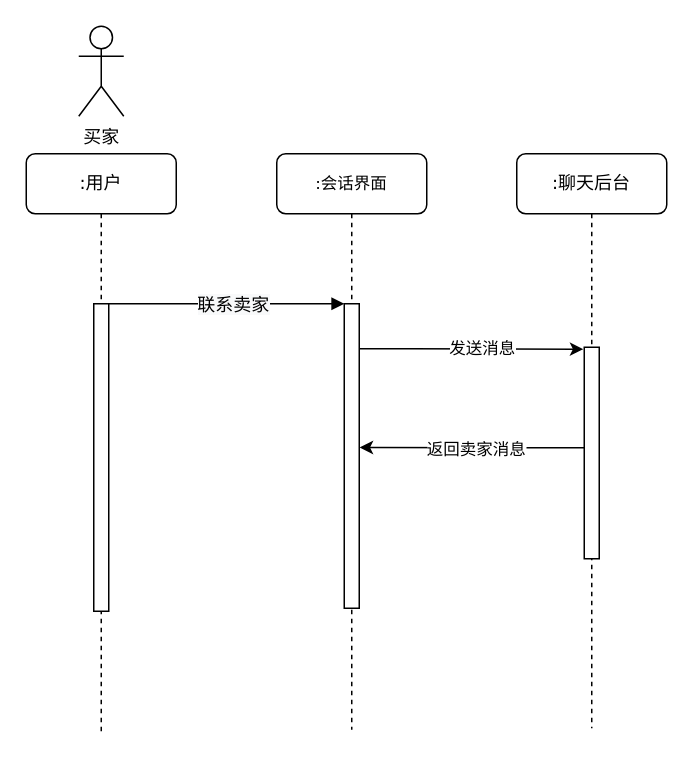
200928/image keeps this draw.io diagram as 联系卖家顺序图.drawio. Above is the earlier version. Source tidied: cells renumbered, new cells numbered last; positions are measured from the earlier drawing's top-left corner, leaving out a move shared by most shapes. Both pictures are drawn from the tidied source at 150%, with x=0, y=0 at pixel (26, 26).
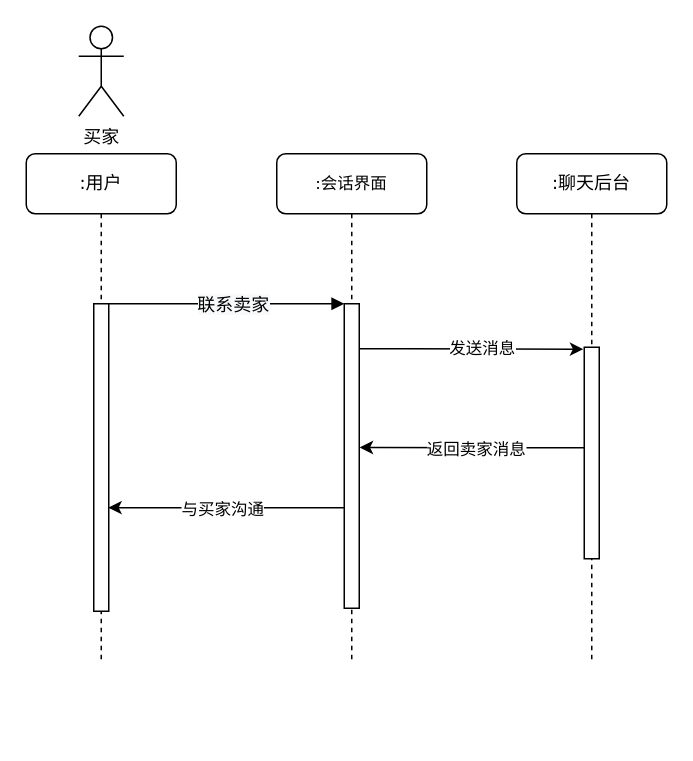
The same page after the edit.

Commit message (it also covers changes not shown here):
更新联系卖家顺序图.drawio

The change refers to these unchanged cells:
```xml
<mxCell id="3" style="html=1;points=[];perimeter=orthogonalPerimeter;rounded=0;shadow=0;comic=0;labelBackgroundColor=none;strokeWidth=1;fontFamily=Verdana;fontSize=12;align=center;" parent="2" vertex="1">
  <mxGeometry x="45" y="100" width="10" height="203" as="geometry" />
</mxCell>
<mxCell id="7" style="html=1;points=[];perimeter=orthogonalPerimeter;rounded=0;shadow=0;comic=0;labelBackgroundColor=none;strokeWidth=1;fontFamily=Verdana;fontSize=12;align=center;" parent="6" vertex="1">
  <mxGeometry x="45" y="100" width="10" height="205" as="geometry" />
</mxCell>
```

Diff of the diagram source:
```diff
@@
     <mxCell id="2" value="&lt;font style=&quot;font-size: 11px ; line-height: 1.2&quot;&gt;:会话界面&lt;/font&gt;" style="shape=umlLifeline;perimeter=lifelinePerimeter;whiteSpace=wrap;html=1;rounded=1;shadow=0;comic=0;labelBackgroundColor=none;strokeWidth=1;fontFamily=Verdana;fontSize=12;align=center;" parent="1" vertex="1">
-      <mxGeometry x="167" y="85" width="100" height="384" as="geometry" />
+      <mxGeometry x="167" y="85" width="100" height="337" as="geometry" />
     </mxCell>
@@
     <mxCell id="4" value=":聊天后台" style="shape=umlLifeline;perimeter=lifelinePerimeter;whiteSpace=wrap;html=1;rounded=1;shadow=0;comic=0;labelBackgroundColor=none;strokeWidth=1;fontFamily=Verdana;fontSize=12;align=center;" parent="1" vertex="1">
-      <mxGeometry x="327" y="85" width="100" height="383" as="geometry" />
+      <mxGeometry x="327" y="85" width="100" height="338" as="geometry" />
     </mxCell>
@@
     <mxCell id="6" value=":用户" style="shape=umlLifeline;perimeter=lifelinePerimeter;whiteSpace=wrap;html=1;rounded=1;shadow=0;comic=0;labelBackgroundColor=none;strokeWidth=1;fontFamily=Verdana;fontSize=12;align=center;" parent="1" vertex="1">
-      <mxGeometry y="85" width="100" height="387" as="geometry" />
+      <mxGeometry y="85" width="100" height="338" as="geometry" />
     </mxCell>
@@
+    <mxCell id="15" style="edgeStyle=orthogonalEdgeStyle;rounded=0;jettySize=auto;html=1;entryX=0.967;entryY=0.663;entryDx=0;entryDy=0;entryPerimeter=0;" parent="1" edge="1" source="3" target="7">
+      <mxGeometry relative="1" as="geometry">
+        <Array as="points">
+          <mxPoint x="177" y="321" />
+          <mxPoint x="177" y="321" />
+        </Array>
+      </mxGeometry>
+    </mxCell>
+    <mxCell id="16" value="与买家沟通" style="edgeLabel;html=1;align=center;verticalAlign=middle;" parent="15" vertex="1">
+      <mxGeometry x="0.19" y="2" relative="1" as="geometry">
+        <mxPoint x="13" y="-1" as="offset" />
+      </mxGeometry>
+    </mxCell>
```
